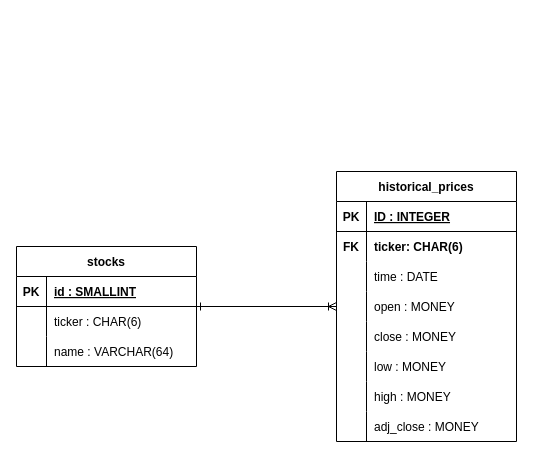
The draw.io diagram page "Physical Model (PostgreSQL)" (3 of 3) of engineering_design/Entity-Relationship Diagram.drawio in tobiedesgreniers/training, before the edit. Source tidied: cells renumbered, new cells numbered last; positions are measured from the earlier drawing's top-left corner, leaving out a move shared by most shapes. Both pictures are drawn from the tidied source at 100%, with x=0, y=0 at pixel (16, 171).
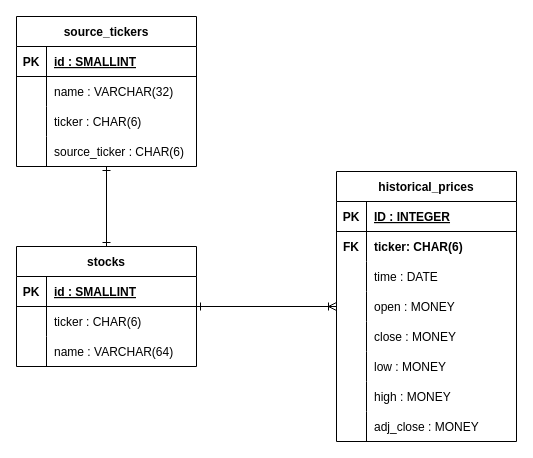
Above is the later version.

Commit message (it also covers changes not shown here):
changed data modeling by adding source ticker equivalence

Unchanged cells that the change refers to:
```xml
<mxCell id="3" value="stocks" style="shape=table;startSize=30;childLayout=tableLayout;rowLines=0;fontStyle=1;align=center;" parent="1" vertex="1">
  <mxGeometry y="75" width="180" height="120" as="geometry" />
</mxCell>
```

Diff of the diagram source:
```diff
@@
+    <mxCell id="38" style="edgeStyle=none;rounded=0;jettySize=auto;html=1;exitX=0.5;exitY=1;exitDx=0;exitDy=0;startArrow=ERone;startFill=0;endArrow=ERone;endFill=0;" parent="1" edge="1" source="39" target="3">
+      <mxGeometry relative="1" as="geometry" />
+    </mxCell>
+    <mxCell id="39" value="source_tickers" style="shape=table;startSize=30;childLayout=tableLayout;rowLines=0;fontStyle=1;align=center;" parent="1" vertex="1">
+      <mxGeometry y="-155" width="180" height="150" as="geometry" />
+    </mxCell>
+    <mxCell id="40" style="shape=tableRow;horizontal=0;startSize=0;swimlaneHead=0;swimlaneBody=0;fillColor=none;top=0;left=0;right=0;bottom=1;" parent="39" vertex="1">
+      <mxGeometry y="30" width="180" height="30" as="geometry" />
+    </mxCell>
+    <mxCell id="41" value="PK" style="shape=partialRectangle;fillColor=none;top=0;left=0;bottom=0;right=0;fontStyle=1;overflow=hidden;" parent="40" vertex="1">
+      <mxGeometry width="30" height="30" as="geometry" />
+    </mxCell>
+    <mxCell id="42" value="id : SMALLINT" style="shape=partialRectangle;fillColor=none;top=0;left=0;bottom=0;right=0;align=left;spacingLeft=6;fontStyle=5;overflow=hidden;" parent="40" vertex="1">
+      <mxGeometry x="30" width="150" height="30" as="geometry" />
+    </mxCell>
+    <mxCell id="43" style="shape=tableRow;horizontal=0;startSize=0;swimlaneHead=0;swimlaneBody=0;fillColor=none;top=0;left=0;right=0;bottom=0;" parent="39" vertex="1">
+      <mxGeometry y="60" width="180" height="30" as="geometry" />
+    </mxCell>
+    <mxCell id="44" style="shape=partialRectangle;fillColor=none;top=0;left=0;bottom=0;right=0;overflow=hidden;" parent="43" vertex="1">
+      <mxGeometry width="30" height="30" as="geometry" />
+    </mxCell>
+    <mxCell id="45" value="name : VARCHAR(32)" style="shape=partialRectangle;fillColor=none;top=0;left=0;bottom=0;right=0;align=left;spacingLeft=6;overflow=hidden;strokeColor=default;" parent="43" vertex="1">
+      <mxGeometry x="30" width="150" height="30" as="geometry" />
+    </mxCell>
+    <mxCell id="46" style="shape=tableRow;horizontal=0;startSize=0;swimlaneHead=0;swimlaneBody=0;fillColor=none;top=0;left=0;right=0;bottom=0;" parent="39" vertex="1">
+      <mxGeometry y="90" width="180" height="30" as="geometry" />
+    </mxCell>
+    <mxCell id="47" style="shape=partialRectangle;fillColor=none;top=0;left=0;bottom=0;right=0;fontStyle=1;overflow=hidden;strokeColor=default;" parent="46" vertex="1">
+      <mxGeometry width="30" height="30" as="geometry" />
+    </mxCell>
+    <mxCell id="48" value="ticker : CHAR(6)" style="shape=partialRectangle;fillColor=none;top=0;left=0;bottom=0;right=0;align=left;spacingLeft=6;fontStyle=0;overflow=hidden;strokeColor=default;" parent="46" vertex="1">
+      <mxGeometry x="30" width="150" height="30" as="geometry" />
+    </mxCell>
+    <mxCell id="49" style="shape=tableRow;horizontal=0;startSize=0;swimlaneHead=0;swimlaneBody=0;fillColor=none;top=0;left=0;right=0;bottom=0;" parent="39" vertex="1">
+      <mxGeometry y="120" width="180" height="30" as="geometry" />
+    </mxCell>
+    <mxCell id="50" style="shape=partialRectangle;fillColor=none;top=0;left=0;bottom=0;right=0;fontStyle=1;overflow=hidden;strokeColor=default;" parent="49" vertex="1">
+      <mxGeometry width="30" height="30" as="geometry" />
+    </mxCell>
+    <mxCell id="51" value="source_ticker : CHAR(6)" style="shape=partialRectangle;fillColor=none;top=0;left=0;bottom=0;right=0;align=left;spacingLeft=6;fontStyle=0;overflow=hidden;strokeColor=default;" parent="49" vertex="1">
+      <mxGeometry x="30" width="150" height="30" as="geometry" />
+    </mxCell>
```
